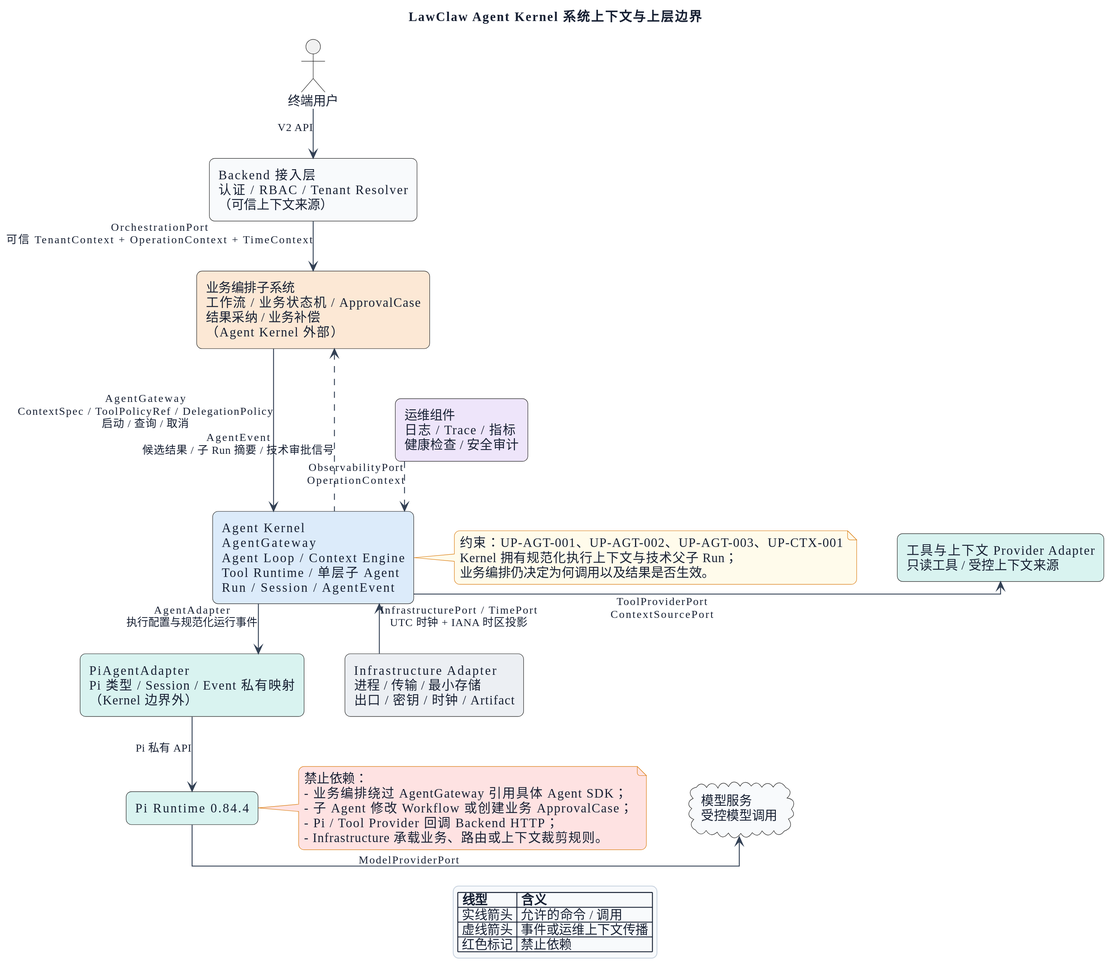
Earlier version of the PlantUML export packages/lawclaw-agent-kernel/docs/design/diagrams/rendered/01-agent-kernel-context.svg (OscarChang46/pi).
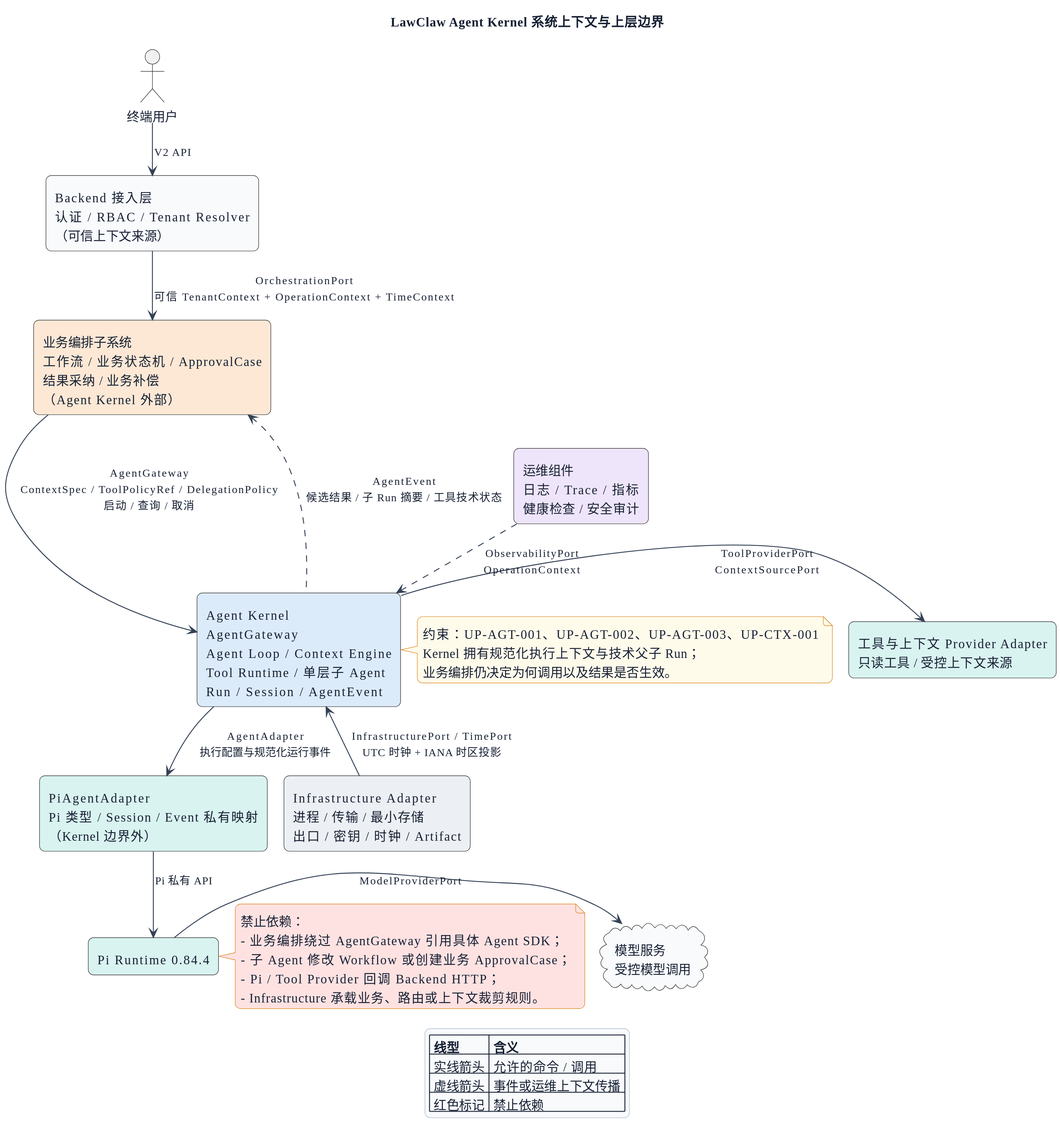
After the commit.

Diff of the diagram source:
```diff
@@ -18,7 +18,7 @@
 USER -down-> BACKEND : V2 API
 BACKEND -down-> ORCH : OrchestrationPort\n可信 TenantContext + OperationContext + TimeContext
 ORCH -down-> KERNEL : AgentGateway\nContextSpec / ToolPolicyRef / DelegationPolicy\n启动 / 查询 / 取消
-KERNEL ..up.> ORCH : AgentEvent\n候选结果 / 子 Run 摘要 / 技术审批信号
+KERNEL ..up.> ORCH : AgentEvent\n候选结果 / 子 Run 摘要 / 工具技术状态
 KERNEL -down-> PI_ADAPTER : AgentAdapter\n执行配置与规范化运行事件
 PI_ADAPTER -down-> PI : Pi 私有 API
 PI -right-> MODEL : ModelProviderPort
```
